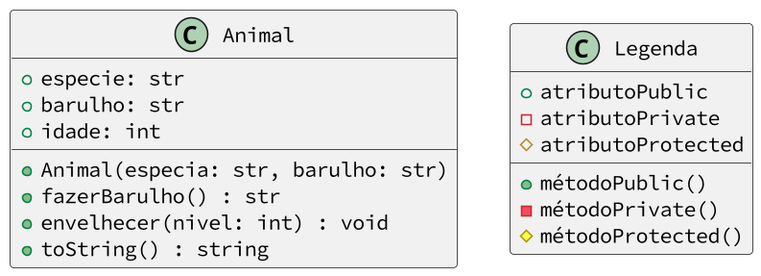
Earlier version of the PlantUML export base/animal/diagrama.png (qxcodepoo/arcade). The source it was exported from:
```plantuml
@startuml
skinparam defaultFontName Hasklig
skinparam dpi 150
class Animal {
    + especie: str
    + barulho: str
    + idade: int
    __
    + Animal(especia: str, barulho: str)
    + fazerBarulho() : str
    + envelhecer(nivel: int) : void
    + toString() : string
}
class Legenda {
  + atributoPublic
  - atributoPrivate
  # atributoProtected
  __
  + métodoPublic()
  - métodoPrivate()
  # métodoProtected()
}
@enduml
```
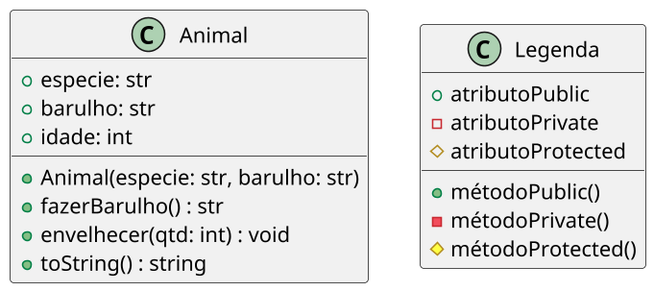
The same diagram one commit later.

Diff of the diagram source:
```diff
@@ -1,4 +1,5 @@
 @startuml
+
 skinparam defaultFontName Hasklig
 skinparam dpi 150
 class Animal {
@@ -6,11 +7,12 @@
     + barulho: str
     + idade: int
     __
-    + Animal(especia: str, barulho: str)
+    + Animal(especie: str, barulho: str)
     + fazerBarulho() : str
-    + envelhecer(nivel: int) : void
+    + envelhecer(qtd: int) : void
     + toString() : string
 }
+
 class Legenda {
   + atributoPublic
   - atributoPrivate
@@ -20,4 +22,5 @@
   - métodoPrivate()
   # métodoProtected()
 }
+
 @enduml
```
